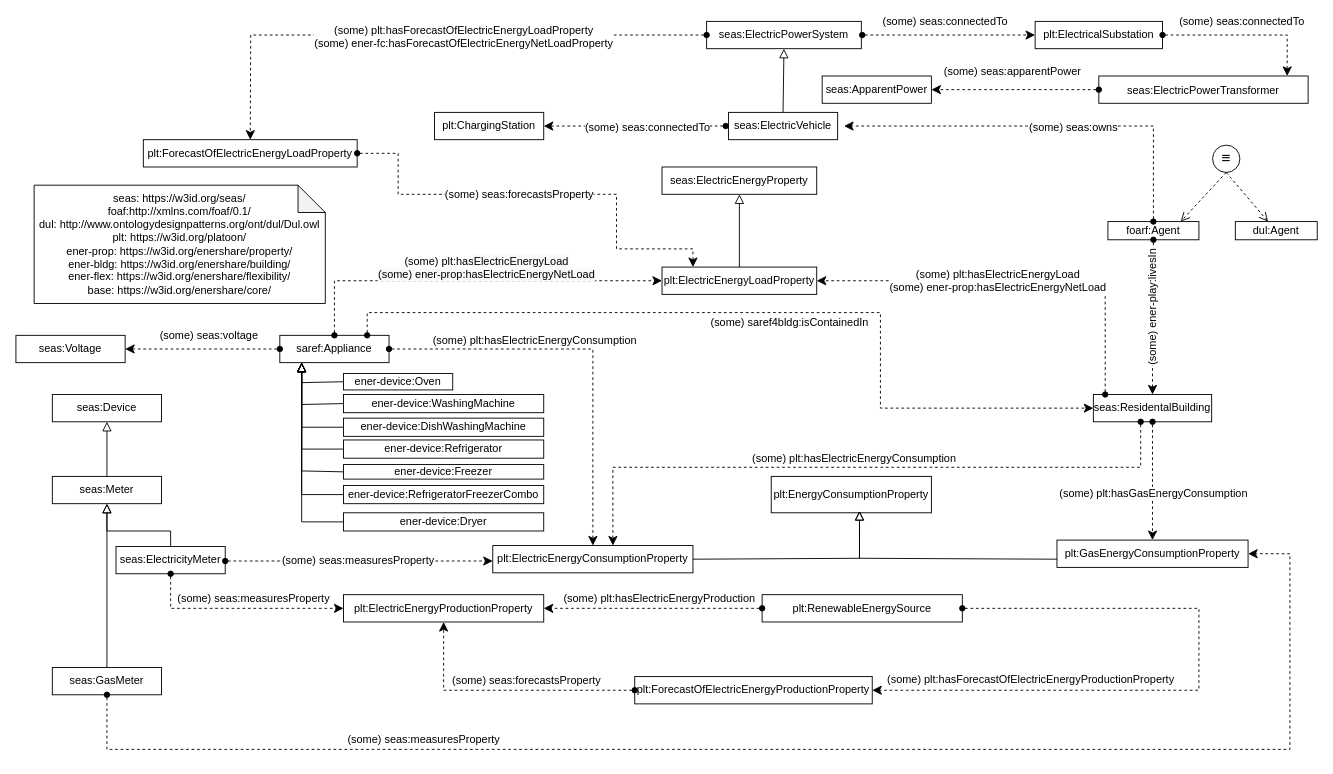
Earlier version of the draw.io diagram page "pilot2UC-a" (1 of 12) of SDMPilotsDiagrams/Harmonized-SDM-Pilot2-V1.7.drawio (EnershareProject/EnershareOntologies). Source tidied: cells renumbered, new cells numbered last; positions are measured from the earlier drawing's top-left corner, leaving out a move shared by most shapes. Both pictures are drawn from the tidied source at 91%, with x=0, y=0 at pixel (15, 21).
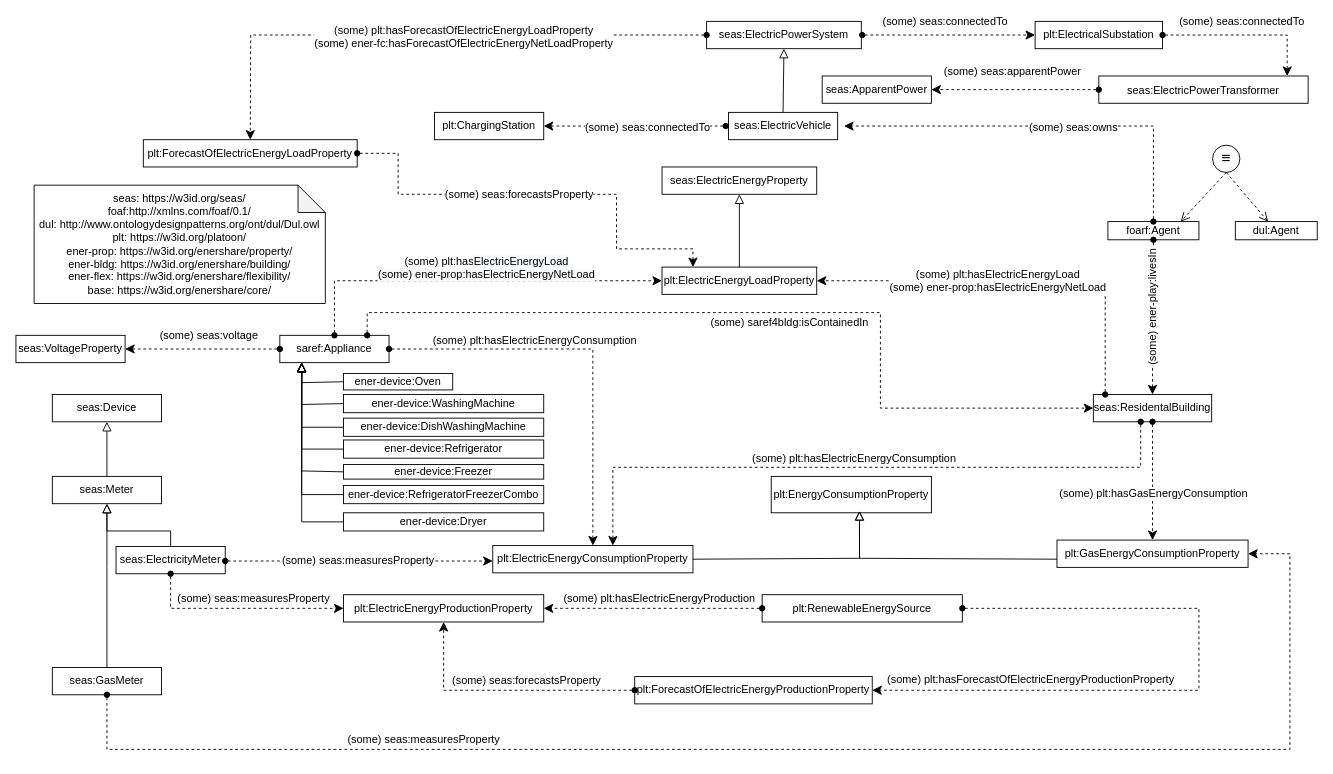
The same page after the edit.

What changed in the source:
```diff
@@
-    <mxCell id="49" value="seas:Voltage" style="rounded=0;whiteSpace=wrap;html=1;snapToPoint=1;points=[[0.1,0],[0.2,0],[0.3,0],[0.4,0],[0.5,0],[0.6,0],[0.7,0],[0.8,0],[0.9,0],[0,0.1],[0,0.3],[0,0.5],[0,0.7],[0,0.9],[0.1,1],[0.2,1],[0.3,1],[0.4,1],[0.5,1],[0.6,1],[0.7,1],[0.8,1],[0.9,1],[1,0.1],[1,0.3],[1,0.5],[1,0.7],[1,0.9]];" parent="1" vertex="1">
+    <mxCell id="49" value="seas:VoltageProperty" style="rounded=0;whiteSpace=wrap;html=1;snapToPoint=1;points=[[0.1,0],[0.2,0],[0.3,0],[0.4,0],[0.5,0],[0.6,0],[0.7,0],[0.8,0],[0.9,0],[0,0.1],[0,0.3],[0,0.5],[0,0.7],[0,0.9],[0.1,1],[0.2,1],[0.3,1],[0.4,1],[0.5,1],[0.6,1],[0.7,1],[0.8,1],[0.9,1],[1,0.1],[1,0.3],[1,0.5],[1,0.7],[1,0.9]];" parent="1" vertex="1">
       <mxGeometry y="345" width="120" height="30" as="geometry" />
     </mxCell>
```
